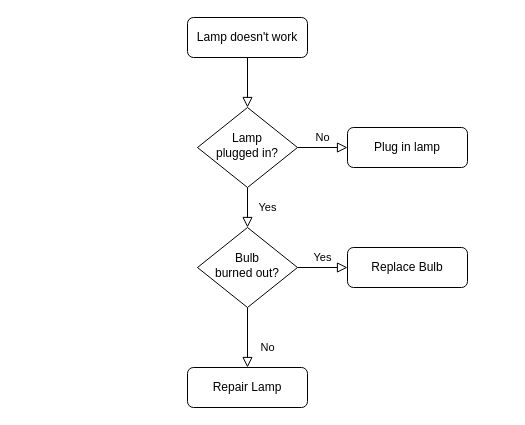
Before: studentHelpButton/.github/workflows/Untitled Diagram.drawio in cyberike/SmartRoom, a draw.io diagram. Source tidied: cells renumbered, new cells numbered last; positions are measured from the earlier drawing's top-left corner, leaving out a move shared by most shapes. Both pictures are drawn from the tidied source at 100%, with x=0, y=0 at pixel (187, 17).
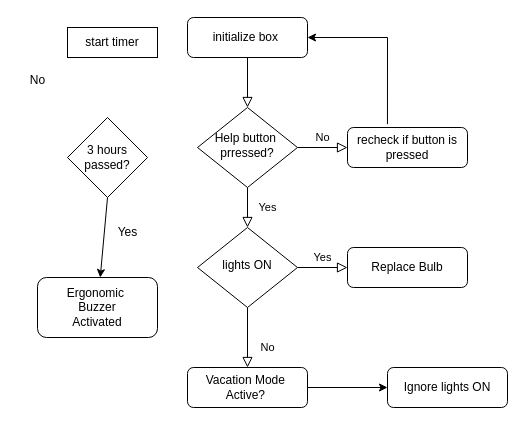
Above is the later version.

Commit message:
student help button box

Change to the diagram source:
```diff
@@
-    <mxCell id="3" value="Lamp doesn't work" style="rounded=1;whiteSpace=wrap;html=1;fontSize=12;glass=0;strokeWidth=1;shadow=0;" parent="1" vertex="1">
+    <mxCell id="3" value="initialize box&amp;nbsp;" style="rounded=1;whiteSpace=wrap;html=1;fontSize=12;glass=0;strokeWidth=1;shadow=0;" parent="1" vertex="1">
       <mxGeometry width="120" height="40" as="geometry" />
     </mxCell>
@@
-    <mxCell id="6" value="Lamp&lt;br&gt;plugged in?" style="rhombus;whiteSpace=wrap;html=1;shadow=0;fontFamily=Helvetica;fontSize=12;align=center;strokeWidth=1;spacing=6;spacingTop=-4;" parent="1" vertex="1">
+    <mxCell id="6" value="Help button&amp;nbsp;&lt;div&gt;prressed?&lt;/div&gt;" style="rhombus;whiteSpace=wrap;html=1;shadow=0;fontFamily=Helvetica;fontSize=12;align=center;strokeWidth=1;spacing=6;spacingTop=-4;" parent="1" vertex="1">
       <mxGeometry x="10" y="90" width="100" height="80" as="geometry" />
     </mxCell>
-    <mxCell id="7" value="Plug in lamp" style="rounded=1;whiteSpace=wrap;html=1;fontSize=12;glass=0;strokeWidth=1;shadow=0;" parent="1" vertex="1">
+    <mxCell id="7" value="recheck if button is pressed" style="rounded=1;whiteSpace=wrap;html=1;fontSize=12;glass=0;strokeWidth=1;shadow=0;" parent="1" vertex="1">
       <mxGeometry x="160" y="110" width="120" height="40" as="geometry" />
     </mxCell>
@@
-    <mxCell id="10" value="Bulb&lt;br&gt;burned out?" style="rhombus;whiteSpace=wrap;html=1;shadow=0;fontFamily=Helvetica;fontSize=12;align=center;strokeWidth=1;spacing=6;spacingTop=-4;" parent="1" vertex="1">
+    <mxCell id="10" value="lights ON" style="rhombus;whiteSpace=wrap;html=1;shadow=0;fontFamily=Helvetica;fontSize=12;align=center;strokeWidth=1;spacing=6;spacingTop=-4;" parent="1" vertex="1">
       <mxGeometry x="10" y="210" width="100" height="80" as="geometry" />
     </mxCell>
+    <mxCell id="13" style="edgeStyle=orthogonalEdgeStyle;rounded=0;jettySize=auto;html=1;" parent="1" edge="1" source="11" target="14">
+      <mxGeometry relative="1" as="geometry" />
+    </mxCell>
-    <mxCell id="11" value="Repair Lamp" style="rounded=1;whiteSpace=wrap;html=1;fontSize=12;glass=0;strokeWidth=1;shadow=0;" parent="1" vertex="1">
+    <mxCell id="11" value="Vacation Mode&amp;nbsp;&lt;div&gt;Active?&amp;nbsp;&lt;/div&gt;" style="rounded=1;whiteSpace=wrap;html=1;fontSize=12;glass=0;strokeWidth=1;shadow=0;" parent="1" vertex="1">
       <mxGeometry y="350" width="120" height="40" as="geometry" />
     </mxCell>
@@
+    <mxCell id="14" value="Ignore lights ON" style="rounded=1;whiteSpace=wrap;html=1;fontSize=12;glass=0;strokeWidth=1;shadow=0;" parent="1" vertex="1">
+      <mxGeometry x="200" y="350" width="120" height="40" as="geometry" />
+    </mxCell>
+    <mxCell id="15" style="endArrow=classic;html=1;rounded=0;entryX=1;entryY=0.5;entryDx=0;entryDy=0;exitX=0.333;exitY=-0.083;exitDx=0;exitDy=0;exitPerimeter=0;" parent="1" edge="1" source="7" target="3">
+      <mxGeometry relative="1" as="geometry">
+        <Array as="points">
+          <mxPoint x="200" y="20" />
+        </Array>
+      </mxGeometry>
+    </mxCell>
+    <mxCell id="16" value="Ergonomic&amp;nbsp;&lt;div&gt;Buzzer&lt;/div&gt;&lt;div&gt;Activated&lt;/div&gt;" style="rounded=1;whiteSpace=wrap;html=1;" parent="1" vertex="1">
+      <mxGeometry x="-150" y="260" width="120" height="60" as="geometry" />
+    </mxCell>
+    <mxCell id="17" value="3 hours passed?" style="rhombus;whiteSpace=wrap;html=1;" parent="1" vertex="1">
+      <mxGeometry x="-120" y="100" width="80" height="80" as="geometry" />
+    </mxCell>
+    <mxCell id="18" style="endArrow=classic;html=1;rounded=0;exitX=0.5;exitY=1;exitDx=0;exitDy=0;" parent="1" edge="1" source="17" target="16">
+      <mxGeometry relative="1" as="geometry" />
+    </mxCell>
+    <mxCell id="19" value="Yes" style="text;html=1;align=center;verticalAlign=middle;strokeColor=none;fillColor=none;" parent="1" vertex="1">
+      <mxGeometry x="-80" y="200" width="40" height="30" as="geometry" />
+    </mxCell>
+    <mxCell id="20" value="No" style="text;html=1;align=center;verticalAlign=middle;strokeColor=none;fillColor=none;" parent="1" vertex="1">
+      <mxGeometry x="-170" y="48" width="40" height="30" as="geometry" />
+    </mxCell>
+    <mxCell id="21" value="start timer" style="whiteSpace=wrap;html=1;" parent="1" vertex="1">
+      <mxGeometry x="-120" y="10" width="90" height="30" as="geometry" />
+    </mxCell>
```
